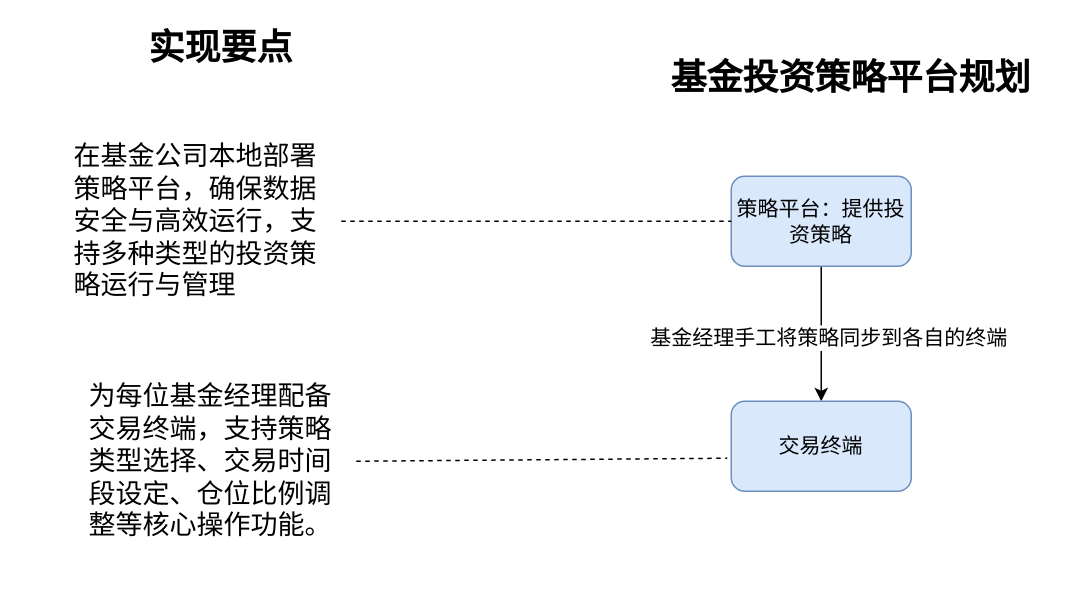
Earlier version of the draw.io diagram 基金投资策略平台规划.drawio (steven-turing/draw). Source tidied: cells renumbered, new cells numbered last; positions are measured from the earlier drawing's top-left corner, leaving out a move shared by most shapes. Both pictures are drawn from the tidied source at 150%, with x=0, y=0 at pixel (26, 26).
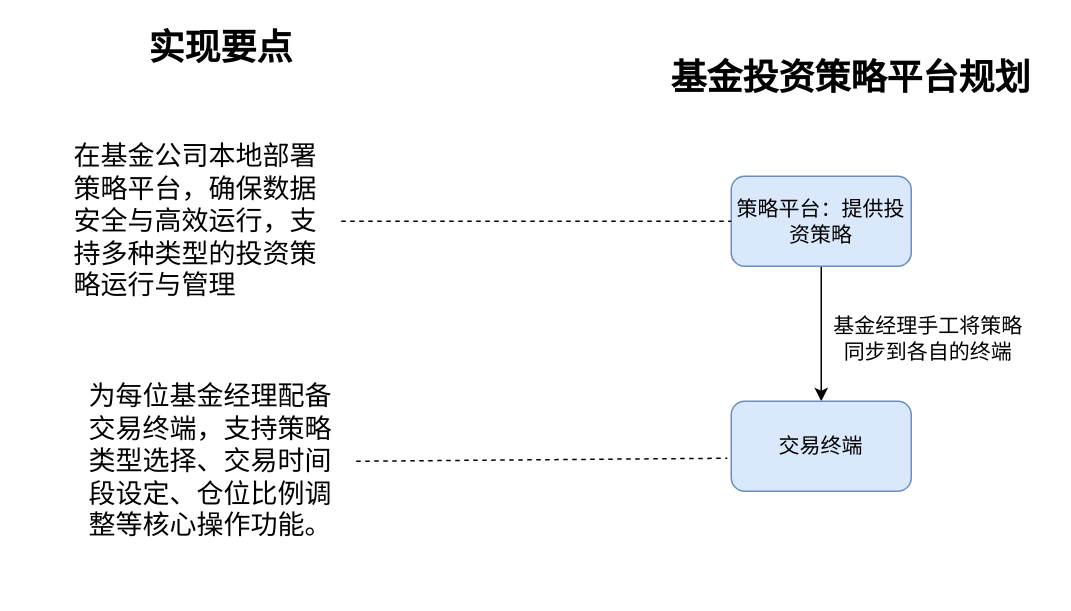
The same page after the edit.

Commit message (it also covers changes not shown here):
更新基金投资策略平台规划.drawio

Diff of the diagram source:
```diff
@@
 <mxGraphModel>
   <root>
     <mxCell id="0" />
     <mxCell id="1" parent="0" />
     <mxCell id="2" value="基金投资策略平台规划" style="text;html=1;align=center;verticalAlign=middle;whiteSpace=wrap;rounded=0;fontSize=24;fontStyle=1;" parent="1" vertex="1">
       <mxGeometry x="420" y="20" width="260" height="30" as="geometry" />
     </mxCell>
     <mxCell id="3" style="edgeStyle=orthogonalEdgeStyle;rounded=0;jettySize=auto;html=1;" parent="1" edge="1" source="5" target="9">
       <mxGeometry relative="1" as="geometry" />
     </mxCell>
-    <mxCell id="4" value="&lt;font style=&quot;font-size: 14px;&quot;&gt;基金经理手工将策略同步到各自的终端&lt;/font&gt;" style="edgeLabel;html=1;align=center;verticalAlign=middle;" parent="3" vertex="1">
-      <mxGeometry x="0.04" y="4" relative="1" as="geometry" />
+    <mxCell id="4" value="&lt;font style=&quot;font-size: 14px;&quot;&gt;基金经理手工将策略&lt;br&gt;同步到各自的终端&lt;/font&gt;" style="edgeLabel;html=1;align=center;verticalAlign=middle;" parent="3" vertex="1">
+      <mxGeometry x="0.04" y="4" relative="1" as="geometry">
+        <mxPoint x="66" as="offset" />
+      </mxGeometry>
     </mxCell>
     <mxCell id="5" value="策略平台：提供投资策略" style="rounded=1;whiteSpace=wrap;html=1;fontSize=14;glass=0;strokeWidth=1;shadow=0;fillColor=#dae8fc;strokeColor=#6c8ebf;" parent="1" vertex="1">
       <mxGeometry x="470" y="100" width="120" height="60" as="geometry" />
     </mxCell>
     <mxCell id="6" value="&lt;h1 style=&quot;margin-top: 0px;&quot;&gt;&lt;span style=&quot;font-weight: 400;&quot;&gt;在基金公司本地部署策略平台，确保数据安全与高效运行，支持多种类型的投资策略运行与管理&lt;/span&gt;&lt;/h1&gt;" style="text;html=1;whiteSpace=wrap;overflow=hidden;rounded=0;fontSize=9;" parent="1" vertex="1">
       <mxGeometry x="30" y="70" width="180" height="120" as="geometry" />
     </mxCell>
     <mxCell id="7" style="endArrow=none;dashed=1;html=1;rounded=0;exitX=1;exitY=0.5;exitDx=0;exitDy=0;entryX=0;entryY=0.5;entryDx=0;entryDy=0;" parent="1" edge="1" source="6" target="5">
       <mxGeometry relative="1" as="geometry" />
     </mxCell>
     <mxCell id="8" value="实现要点" style="text;html=1;align=center;verticalAlign=middle;whiteSpace=wrap;rounded=0;fontSize=24;fontStyle=1;" parent="1" vertex="1">
       <mxGeometry width="260" height="30" as="geometry" />
     </mxCell>
     <mxCell id="9" value="交易终端" style="rounded=1;whiteSpace=wrap;html=1;fontSize=14;glass=0;strokeWidth=1;shadow=0;fillColor=#dae8fc;strokeColor=#6c8ebf;" parent="1" vertex="1">
       <mxGeometry x="470" y="250" width="120" height="60" as="geometry" />
     </mxCell>
     <mxCell id="10" value="&lt;h1 style=&quot;margin-top: 0px;&quot;&gt;&lt;br&gt;&lt;/h1&gt;" style="text;html=1;whiteSpace=wrap;overflow=hidden;rounded=0;" parent="1" vertex="1">
       <mxGeometry x="50" y="250" width="180" height="120" as="geometry" />
     </mxCell>
     <mxCell id="11" value="&lt;h1 style=&quot;margin-top: 0px;&quot;&gt;&lt;span style=&quot;font-weight: 400;&quot;&gt;为每位基金经理配备交易终端，支持策略类型选择、交易时间段设定、仓位比例调整等核心操作功能。&lt;/span&gt;&lt;/h1&gt;&lt;div&gt;&lt;br&gt;&lt;/div&gt;" style="text;html=1;whiteSpace=wrap;overflow=hidden;rounded=0;fontSize=9;" parent="1" vertex="1">
       <mxGeometry x="40" y="230" width="180" height="120" as="geometry" />
     </mxCell>
     <mxCell id="12" style="endArrow=none;dashed=1;html=1;rounded=0;exitX=1;exitY=0.5;exitDx=0;exitDy=0;entryX=-0.022;entryY=0.633;entryDx=0;entryDy=0;entryPerimeter=0;" parent="1" edge="1" source="11" target="9">
       <mxGeometry relative="1" as="geometry" />
     </mxCell>
   </root>
 </mxGraphModel>
```
